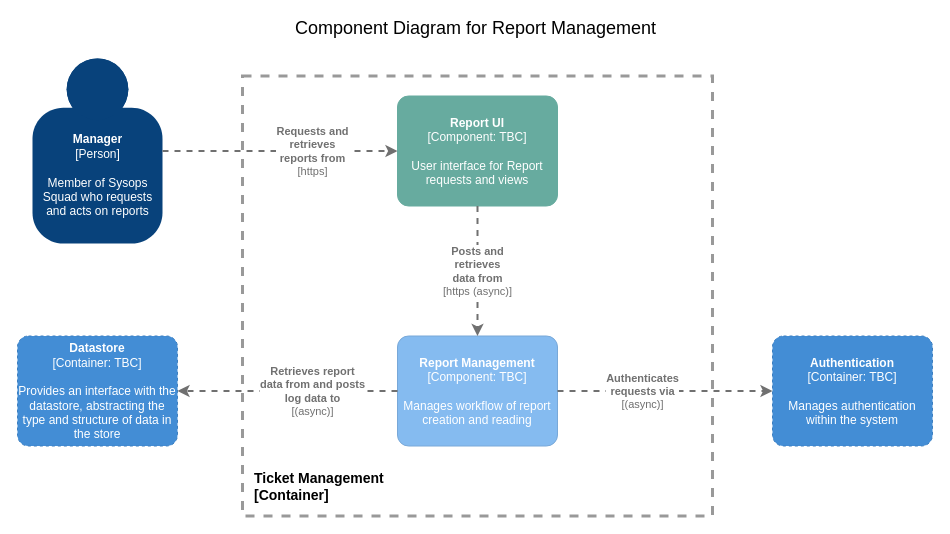
tekiegirl/TheMadKatas keeps this draw.io diagram as 3.ViewsAndPerspectives/infrastructure/images/ReportComponentDiagram.drawio. Above is the earlier version. Source tidied: cells renumbered, new cells numbered last; positions are measured from the earlier drawing's top-left corner, leaving out a move shared by most shapes. Both pictures are drawn from the tidied source at 100%, with x=0, y=0 at pixel (17, 18).
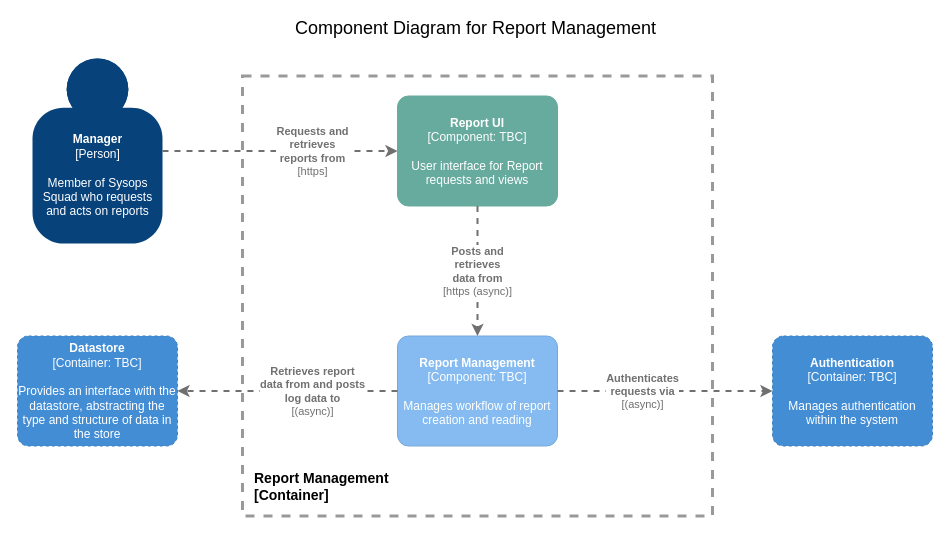
After the change.

Commit message (it also covers changes not shown here):
Fix report component diagram label

The edit, as a diff of the source:
```diff
@@
 <mxGraphModel background="#FFFFFF">
   <root>
     <mxCell id="0" />
     <mxCell id="1" parent="0" />
     <mxCell id="2" value="&lt;font style=&quot;font-size: 18px&quot;&gt;Component Diagram for Report Management&lt;/font&gt;" style="text;html=1;align=center;verticalAlign=middle;" parent="1" vertex="1">
       <mxGeometry x="268" width="380" height="20" as="geometry" />
     </mxCell>
     <mxCell id="3" style="rounded=0;whiteSpace=wrap;html=1;dashed=1;strokeWidth=3;strokeColor=#999999;fillColor=none;" parent="1" vertex="1">
       <mxGeometry x="225" y="57.5" width="470" height="440" as="geometry" />
     </mxCell>
-    <mxCell id="4" value="&lt;font style=&quot;font-size: 14px&quot;&gt;&lt;b&gt;Ticket Management&lt;br&gt;[Container]&lt;/b&gt;&lt;/font&gt;" style="text;html=1;align=left;verticalAlign=middle;" parent="1" vertex="1">
+    <mxCell id="4" value="&lt;font style=&quot;font-size: 14px&quot;&gt;&lt;b&gt;Report Management&lt;br&gt;[Container]&lt;/b&gt;&lt;/font&gt;" style="text;html=1;align=left;verticalAlign=middle;" parent="1" vertex="1">
       <mxGeometry x="235" y="447.5" width="150" height="40" as="geometry" />
     </mxCell>
     <object id="5" label="&lt;b&gt;%c4Name%&lt;/b&gt;&lt;div&gt;[%c4Type%: %c4Technology%]&lt;/div&gt;&lt;br&gt;&lt;div&gt;%c4Description%&lt;/div&gt;" c4Description="Manages workflow of report creation and reading" c4Name="Report Management" c4Technology="TBC" c4Type="Component" placeholders="1">
       <mxCell style="rounded=1;whiteSpace=wrap;html=1;labelBackgroundColor=none;fillColor=#85BBF0;fontColor=#ffffff;align=center;arcSize=10;strokeColor=#78A8D8;metaData={&quot;c4Type&quot;:{&quot;editable&quot;:false}};points=[[0.25,0,0],[0.5,0,0],[0.75,0,0],[1,0.25,0],[1,0.5,0],[1,0.75,0],[0.75,1,0],[0.5,1,0],[0.25,1,0],[0,0.75,0],[0,0.5,0],[0,0.25,0]];" parent="1" vertex="1">
         <mxGeometry x="380" y="317.5" width="160" height="110" as="geometry" />
       </mxCell>
     </object>
     <object id="6" label="&lt;b&gt;%c4Name%&lt;/b&gt;&lt;div&gt;[%c4Type%: %c4Technology%]&lt;/div&gt;&lt;br&gt;&lt;div&gt;%c4Description%&lt;/div&gt;" c4Description="User interface for Report requests and views" c4Name="Report UI" c4Technology="TBC" c4Type="Component" placeholders="1">
       <mxCell style="rounded=1;whiteSpace=wrap;html=1;labelBackgroundColor=none;fontColor=#ffffff;align=center;arcSize=10;metaData={&quot;c4Type&quot;:{&quot;editable&quot;:false}};points=[[0.25,0,0],[0.5,0,0],[0.75,0,0],[1,0.25,0],[1,0.5,0],[1,0.75,0],[0.75,1,0],[0.5,1,0],[0.25,1,0],[0,0.75,0],[0,0.5,0],[0,0.25,0]];fillColor=#67AB9F;strokeColor=#67AB9F;" parent="1" vertex="1">
         <mxGeometry x="380" y="77.5" width="160" height="110" as="geometry" />
       </mxCell>
     </object>
     <object id="7" label="&lt;div style=&quot;text-align: left&quot;&gt;&lt;div style=&quot;text-align: center&quot;&gt;&lt;b&gt;%c4Description%&lt;/b&gt;&lt;/div&gt;&lt;div style=&quot;text-align: center&quot;&gt;[%c4Technology%]&lt;/div&gt;&lt;/div&gt;" c4Description="Posts and &#10;retrieves &#10;data from" c4Technology="https (async)" placeholders="1">
       <mxCell style="edgeStyle=none;rounded=0;html=1;jettySize=auto;strokeColor=#707070;strokeWidth=2;fontColor=#707070;jumpStyle=none;dashed=1;metaData={&quot;c4Type&quot;:{&quot;editable&quot;:false}};exitX=0.5;exitY=1;exitDx=0;exitDy=0;exitPerimeter=0;entryX=0.5;entryY=0;entryDx=0;entryDy=0;entryPerimeter=0;" parent="1" edge="1" source="6" target="5">
         <mxGeometry relative="1" as="geometry" />
       </mxCell>
     </object>
     <object id="8" label="&lt;b&gt;%c4Name%&lt;/b&gt;&lt;div&gt;[%c4Type%: %c4Technology%]&lt;/div&gt;&lt;br&gt;&lt;div&gt;%c4Description%&lt;/div&gt;" c4Description="Provides an interface with the datastore, abstracting the type and structure of data in the store" c4Name="Datastore" c4Technology="TBC" c4Type="Container" placeholders="1">
       <mxCell style="rounded=1;whiteSpace=wrap;html=1;labelBackgroundColor=none;fillColor=#438DD5;fontColor=#ffffff;align=center;arcSize=10;strokeColor=#3C7FC0;metaData={&quot;c4Type&quot;:{&quot;editable&quot;:false}};points=[[0.25,0,0],[0.5,0,0],[0.75,0,0],[1,0.25,0],[1,0.5,0],[1,0.75,0],[0.75,1,0],[0.5,1,0],[0.25,1,0],[0,0.75,0],[0,0.5,0],[0,0.25,0]];dashed=1;" parent="1" vertex="1">
         <mxGeometry y="317.5" width="160" height="110" as="geometry" />
       </mxCell>
     </object>
     <object id="9" label="&lt;div style=&quot;text-align: left&quot;&gt;&lt;div style=&quot;text-align: center&quot;&gt;&lt;b&gt;%c4Description%&lt;/b&gt;&lt;/div&gt;&lt;div style=&quot;text-align: center&quot;&gt;[%c4Technology%]&lt;/div&gt;&lt;/div&gt;" c4Description="Retrieves report&#10;data from and posts &#10;log data to" c4Technology="(async)" placeholders="1">
       <mxCell style="edgeStyle=none;rounded=0;html=1;jettySize=auto;strokeColor=#707070;strokeWidth=2;fontColor=#707070;jumpStyle=none;dashed=1;metaData={&quot;c4Type&quot;:{&quot;editable&quot;:false}};exitX=0;exitY=0.5;exitDx=0;exitDy=0;exitPerimeter=0;entryX=1;entryY=0.5;entryDx=0;entryDy=0;entryPerimeter=0;" parent="1" edge="1" source="5" target="8">
         <mxGeometry x="-0.23" relative="1" as="geometry" />
       </mxCell>
     </object>
     <object id="10" label="&lt;b&gt;%c4Name%&lt;/b&gt;&lt;div&gt;[%c4Type%]&lt;/div&gt;&lt;br&gt;&lt;div&gt;%c4Description%&lt;/div&gt;" c4Description="Member of Sysops &#10;Squad who requests&#10;and acts on reports" c4Name="Manager" c4Type="Person" placeholders="1">
       <mxCell style="html=1;dashed=0;whitespace=wrap;fillColor=#08427b;strokeColor=none;fontColor=#ffffff;shape=mxgraph.c4.person;align=center;points=[[0.5,0,0],[1,0.5,0],[1,0.75,0],[0.75,1,0],[0.5,1,0],[0.25,1,0],[0,0.75,0],[0,0.5,0]];metaData={&quot;c4Type&quot;:{&quot;editable&quot;:false}};" parent="1" vertex="1">
         <mxGeometry x="15" y="40" width="130" height="185" as="geometry" />
       </mxCell>
     </object>
     <object id="11" label="&lt;div style=&quot;text-align: left&quot;&gt;&lt;div style=&quot;text-align: center&quot;&gt;&lt;b&gt;%c4Description%&lt;/b&gt;&lt;/div&gt;&lt;div style=&quot;text-align: center&quot;&gt;[%c4Technology%]&lt;/div&gt;&lt;/div&gt;" c4Description="Requests and &#10;retrieves &#10;reports from" c4Technology="https" placeholders="1">
       <mxCell style="edgeStyle=none;rounded=0;html=1;jettySize=auto;strokeColor=#707070;strokeWidth=2;fontColor=#707070;jumpStyle=none;dashed=1;metaData={&quot;c4Type&quot;:{&quot;editable&quot;:false}};exitX=1;exitY=0.5;exitDx=0;exitDy=0;exitPerimeter=0;entryX=0;entryY=0.5;entryDx=0;entryDy=0;entryPerimeter=0;" parent="1" edge="1" source="10" target="6">
         <mxGeometry x="0.28" relative="1" as="geometry" />
       </mxCell>
     </object>
     <object id="12" label="&lt;b&gt;%c4Name%&lt;/b&gt;&lt;div&gt;[%c4Type%: %c4Technology%]&lt;/div&gt;&lt;br&gt;&lt;div&gt;%c4Description%&lt;/div&gt;" c4Description="Manages authentication within the system" c4Name="Authentication" c4Technology="TBC" c4Type="Container" placeholders="1">
       <mxCell style="rounded=1;whiteSpace=wrap;html=1;labelBackgroundColor=none;fillColor=#438DD5;fontColor=#ffffff;align=center;arcSize=10;strokeColor=#3C7FC0;metaData={&quot;c4Type&quot;:{&quot;editable&quot;:false}};points=[[0.25,0,0],[0.5,0,0],[0.75,0,0],[1,0.25,0],[1,0.5,0],[1,0.75,0],[0.75,1,0],[0.5,1,0],[0.25,1,0],[0,0.75,0],[0,0.5,0],[0,0.25,0]];dashed=1;" parent="1" vertex="1">
         <mxGeometry x="755" y="317.5" width="160" height="110" as="geometry" />
       </mxCell>
     </object>
     <object id="13" label="&lt;div style=&quot;text-align: left&quot;&gt;&lt;div style=&quot;text-align: center&quot;&gt;&lt;b&gt;%c4Description%&lt;/b&gt;&lt;/div&gt;&lt;div style=&quot;text-align: center&quot;&gt;[%c4Technology%]&lt;/div&gt;&lt;/div&gt;" c4Description="Authenticates &#10;requests via" c4Technology="(async)" placeholders="1">
       <mxCell style="edgeStyle=none;rounded=0;html=1;jettySize=auto;strokeColor=#707070;strokeWidth=2;fontColor=#707070;jumpStyle=none;dashed=1;metaData={&quot;c4Type&quot;:{&quot;editable&quot;:false}};exitX=1;exitY=0.5;exitDx=0;exitDy=0;exitPerimeter=0;entryX=0;entryY=0.5;entryDx=0;entryDy=0;entryPerimeter=0;" parent="1" edge="1" source="5" target="12">
         <mxGeometry x="-0.21" relative="1" as="geometry" />
       </mxCell>
     </object>
   </root>
 </mxGraphModel>
```
